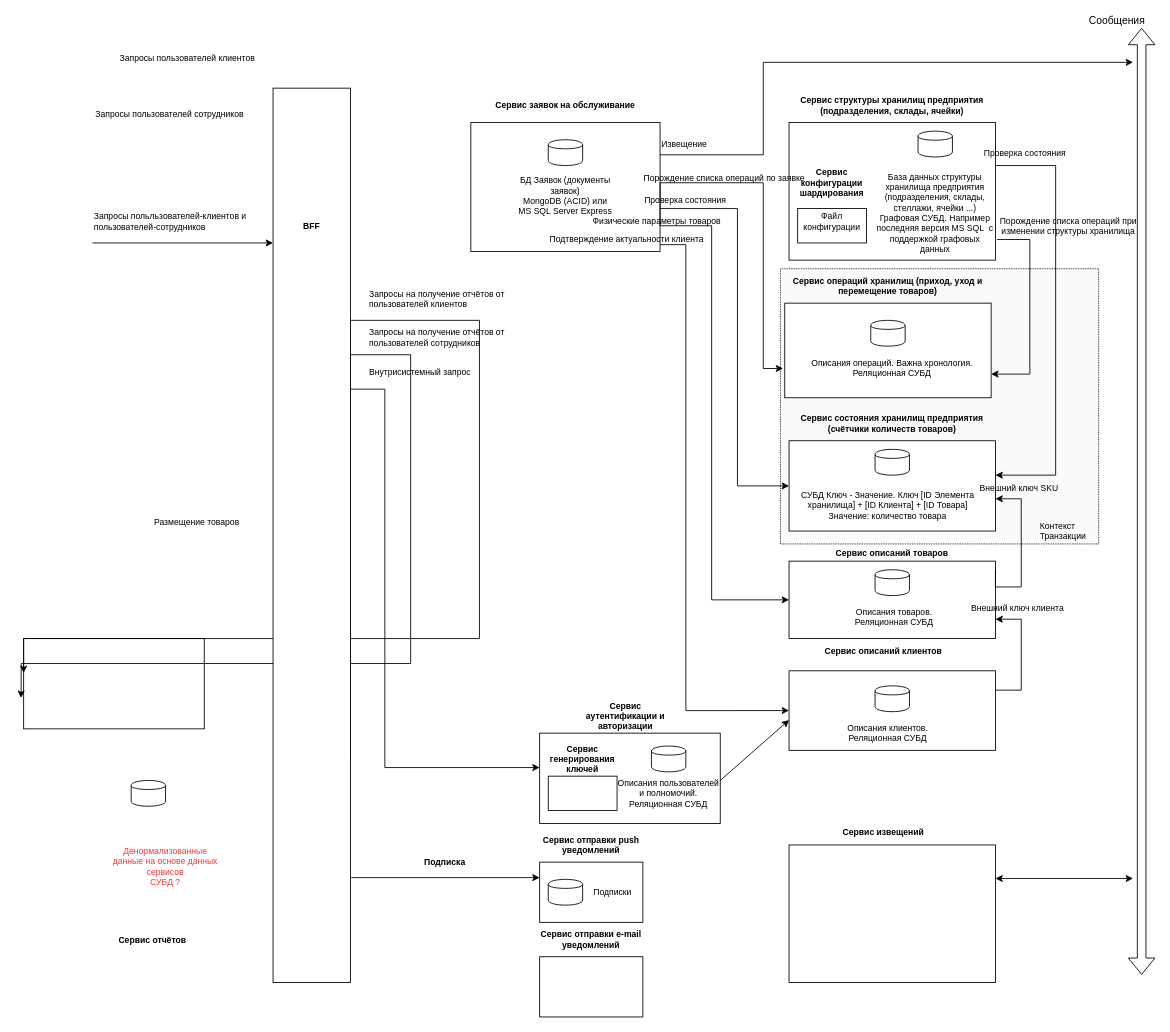
Earlier version of the draw.io diagram apw (21).drawio (Kiselb/Software-Architect-2019-11). Source tidied: cells renumbered, new cells numbered last; positions are measured from the earlier drawing's top-left corner, leaving out a move shared by most shapes. Both pictures are drawn from the tidied source at 86%, with x=0, y=0 at pixel (21, 28).
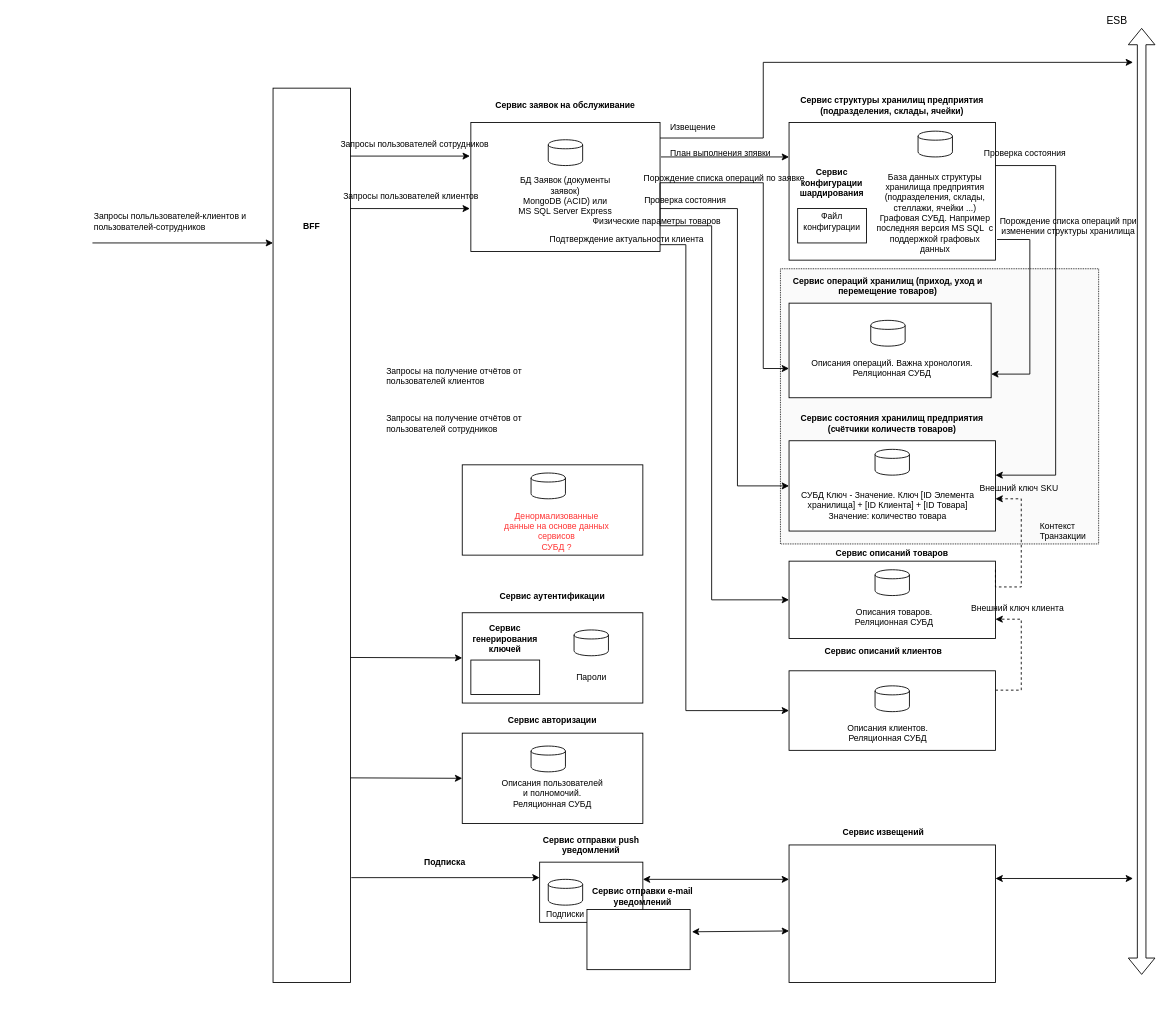
After the change.

Unchanged cells that the change refers to:
```xml
<mxCell id="3" style="rounded=0;whiteSpace=wrap;html=1;fontSize=10;" parent="1" vertex="1">
  <mxGeometry x="893" y="110" width="240" height="160" as="geometry" />
</mxCell>
<mxCell id="5" style="rounded=0;whiteSpace=wrap;html=1;fontSize=10;" parent="1" vertex="1">
  <mxGeometry x="523" y="110" width="220" height="150" as="geometry" />
</mxCell>
<mxCell id="20" style="rounded=0;whiteSpace=wrap;html=1;fontSize=10;" parent="1" vertex="1">
  <mxGeometry x="893" y="620" width="240" height="90" as="geometry" />
</mxCell>
<mxCell id="25" style="rounded=0;whiteSpace=wrap;html=1;fontSize=10;" parent="1" vertex="1">
  <mxGeometry x="893" y="747.5" width="240" height="92.5" as="geometry" />
</mxCell>
<mxCell id="47" style="rounded=0;whiteSpace=wrap;html=1;fontSize=10;" parent="1" vertex="1">
  <mxGeometry x="293" y="70" width="90" height="1040" as="geometry" />
</mxCell>
<mxCell id="71" style="rounded=0;whiteSpace=wrap;html=1;fontSize=10;" parent="1" vertex="1">
  <mxGeometry x="893" y="950" width="240" height="160" as="geometry" />
</mxCell>
<mxCell id="72" style="shape=flexArrow;endArrow=classic;startArrow=classic;html=1;" parent="1" edge="1">
  <mxGeometry relative="1" as="geometry">
    <mxPoint x="1303" y="1101" as="sourcePoint" />
    <mxPoint x="1303" as="targetPoint" />
  </mxGeometry>
</mxCell>
```

Diff of the diagram source:
```diff
@@
+    <mxCell id="87" style="rounded=0;whiteSpace=wrap;html=1;fontSize=10;" parent="1" vertex="1">
+      <mxGeometry x="513" y="680" width="210" height="105" as="geometry" />
+    </mxCell>
@@
-    <mxCell id="4" style="edgeStyle=orthogonalEdgeStyle;rounded=0;jettySize=auto;html=1;exitX=1;exitY=0.25;exitDx=0;exitDy=0;" parent="1" edge="1" source="5">
+    <mxCell id="4" style="edgeStyle=orthogonalEdgeStyle;rounded=0;jettySize=auto;html=1;" parent="1" edge="1" source="5">
       <mxGeometry relative="1" as="geometry">
         <mxPoint x="1293" y="40" as="targetPoint" />
         <Array as="points">
-          <mxPoint x="863" y="148" />
+          <mxPoint x="863" y="128" />
           <mxPoint x="863" y="40" />
         </Array>
       </mxGeometry>
     </mxCell>
@@
-    <mxCell id="24" style="edgeStyle=orthogonalEdgeStyle;rounded=0;jettySize=auto;html=1;entryX=1;entryY=0.75;entryDx=0;entryDy=0;" parent="1" edge="1" source="25" target="20">
+    <mxCell id="24" style="edgeStyle=orthogonalEdgeStyle;rounded=0;jettySize=auto;html=1;entryX=1;entryY=0.75;entryDx=0;entryDy=0;dashed=1;" parent="1" edge="1" source="25" target="20">
       <mxGeometry relative="1" as="geometry">
         <Array as="points">
           <mxPoint x="1163" y="770" />
           <mxPoint x="1163" y="688" />
         </Array>
       </mxGeometry>
     </mxCell>
@@
     <mxCell id="29" style="rounded=0;whiteSpace=wrap;html=1;fontSize=10;" parent="1" vertex="1">
-      <mxGeometry x="3" y="710" width="210" height="105" as="geometry" />
+      <mxGeometry x="513" y="508" width="210" height="105" as="geometry" />
     </mxCell>
-    <mxCell id="30" value="Сервис отчётов" style="text;html=1;strokeColor=none;fillColor=none;align=center;verticalAlign=middle;whiteSpace=wrap;rounded=0;fontSize=10;fontStyle=1;" parent="1" vertex="1">
-      <mxGeometry x="93" y="1050" width="120" height="20" as="geometry" />
-    </mxCell>
     <mxCell id="31" style="shape=cylinder;whiteSpace=wrap;html=1;boundedLbl=1;backgroundOutline=1;" parent="1" vertex="1">
-      <mxGeometry x="128" y="875" width="40" height="30" as="geometry" />
+      <mxGeometry x="593" y="517.5" width="40" height="30" as="geometry" />
     </mxCell>
     <mxCell id="32" value="&lt;font color=&quot;#ff3333&quot;&gt;Денормализованные данные на основе данных сервисов&lt;br&gt;СУБД ?&lt;/font&gt;" style="text;html=1;strokeColor=none;fillColor=none;align=center;verticalAlign=middle;whiteSpace=wrap;rounded=0;fontSize=10;" parent="1" vertex="1">
-      <mxGeometry x="103" y="960" width="130" height="30" as="geometry" />
+      <mxGeometry x="558" y="570" width="130" height="30" as="geometry" />
     </mxCell>
     <mxCell id="33" style="rounded=0;whiteSpace=wrap;html=1;fontSize=10;" parent="1" vertex="1">
-      <mxGeometry x="603" y="820" width="210" height="105" as="geometry" />
+      <mxGeometry x="513" y="820" width="210" height="105" as="geometry" />
     </mxCell>
-    <mxCell id="34" value="Сервис аутентификации и авторизации" style="text;html=1;strokeColor=none;fillColor=none;align=center;verticalAlign=middle;whiteSpace=wrap;rounded=0;fontSize=10;fontStyle=1;" parent="1" vertex="1">
-      <mxGeometry x="643" y="790" width="120" height="20" as="geometry" />
+    <mxCell id="34" value="Сервис авторизации" style="text;html=1;strokeColor=none;fillColor=none;align=center;verticalAlign=middle;whiteSpace=wrap;rounded=0;fontSize=10;fontStyle=1;" parent="1" vertex="1">
+      <mxGeometry x="513" y="795" width="210" height="20" as="geometry" />
     </mxCell>
     <mxCell id="35" style="rounded=0;whiteSpace=wrap;html=1;fontSize=10;" parent="1" vertex="1">
-      <mxGeometry x="613" y="870" width="80" height="40" as="geometry" />
+      <mxGeometry x="523" y="735" width="80" height="40" as="geometry" />
     </mxCell>
     <mxCell id="36" value="Сервис генерирования ключей" style="text;html=1;strokeColor=none;fillColor=none;align=center;verticalAlign=middle;whiteSpace=wrap;rounded=0;fontSize=10;fontStyle=1;" parent="1" vertex="1">
-      <mxGeometry x="613" y="840" width="80" height="20" as="geometry" />
+      <mxGeometry x="523" y="700" width="80" height="20" as="geometry" />
     </mxCell>
     <mxCell id="37" style="shape=cylinder;whiteSpace=wrap;html=1;boundedLbl=1;backgroundOutline=1;" parent="1" vertex="1">
-      <mxGeometry x="733" y="835" width="40" height="30" as="geometry" />
+      <mxGeometry x="593" y="835" width="40" height="30" as="geometry" />
     </mxCell>
     <mxCell id="38" value="Описания пользователей и полномочий.&lt;br&gt;Реляционная СУБД" style="text;html=1;strokeColor=none;fillColor=none;align=center;verticalAlign=middle;whiteSpace=wrap;rounded=0;fontSize=10;" parent="1" vertex="1">
-      <mxGeometry x="693" y="875" width="120" height="30" as="geometry" />
+      <mxGeometry x="558" y="875" width="120" height="30" as="geometry" />
     </mxCell>
     <mxCell id="39" style="rounded=0;whiteSpace=wrap;html=1;fontSize=10;" parent="1" vertex="1">
-      <mxGeometry x="888" y="320" width="240" height="110" as="geometry" />
+      <mxGeometry x="893" y="320" width="235" height="110" as="geometry" />
     </mxCell>
@@
-    <mxCell id="44" style="edgeStyle=orthogonalEdgeStyle;rounded=0;jettySize=auto;html=1;exitX=1;exitY=0.75;exitDx=0;exitDy=0;fontSize=10;entryX=0;entryY=0.381;entryDx=0;entryDy=0;entryPerimeter=0;" parent="1" edge="1" source="47" target="33">
-      <mxGeometry relative="1" as="geometry">
-        <Array as="points">
-          <mxPoint x="383" y="420" />
-          <mxPoint x="423" y="420" />
-          <mxPoint x="423" y="860" />
-        </Array>
-      </mxGeometry>
-    </mxCell>
-    <mxCell id="45" style="edgeStyle=orthogonalEdgeStyle;rounded=0;jettySize=auto;html=1;exitX=1;exitY=0.75;exitDx=0;exitDy=0;fontSize=10;entryX=-0.014;entryY=0.657;entryDx=0;entryDy=0;entryPerimeter=0;" parent="1" edge="1" source="47" target="29">
-      <mxGeometry relative="1" as="geometry">
-        <Array as="points">
-          <mxPoint x="383" y="380" />
-          <mxPoint x="453" y="380" />
-          <mxPoint x="453" y="739" />
-          <mxPoint y="739" />
-        </Array>
-      </mxGeometry>
-    </mxCell>
-    <mxCell id="46" style="edgeStyle=orthogonalEdgeStyle;rounded=0;jettySize=auto;html=1;exitX=1;exitY=0.75;exitDx=0;exitDy=0;fontSize=10;entryX=0;entryY=0.381;entryDx=0;entryDy=0;entryPerimeter=0;" parent="1" edge="1" source="47" target="29">
-      <mxGeometry relative="1" as="geometry">
-        <Array as="points">
-          <mxPoint x="533" y="340" />
-          <mxPoint x="533" y="710" />
-        </Array>
-      </mxGeometry>
-    </mxCell>
@@
     <mxCell id="48" value="Запросы пользователей клиентов" style="text;html=1;strokeColor=none;fillColor=none;align=left;verticalAlign=middle;whiteSpace=wrap;rounded=0;fontSize=10;" parent="1" vertex="1">
-      <mxGeometry x="113" y="20" width="230" height="30" as="geometry" />
+      <mxGeometry x="373" y="180" width="230" height="30" as="geometry" />
     </mxCell>
@@
     <mxCell id="50" value="&lt;span style=&quot;&quot;&gt;Запросы на получение отчётов от пользователей клиентов&lt;/span&gt;" style="text;html=1;strokeColor=none;fillColor=none;align=left;verticalAlign=middle;whiteSpace=wrap;rounded=0;fontSize=10;" parent="1" vertex="1">
-      <mxGeometry x="403" y="300" width="210" height="30" as="geometry" />
+      <mxGeometry x="423" y="390" width="210" height="30" as="geometry" />
     </mxCell>
     <mxCell id="51" value="&lt;span style=&quot;&quot;&gt;Запросы на получение отчётов от пользователей сотрудников&lt;/span&gt;" style="text;html=1;strokeColor=none;fillColor=none;align=left;verticalAlign=middle;whiteSpace=wrap;rounded=0;fontSize=10;" parent="1" vertex="1">
-      <mxGeometry x="403" y="345" width="190" height="30" as="geometry" />
+      <mxGeometry x="423" y="445" width="190" height="30" as="geometry" />
     </mxCell>
@@
-    <mxCell id="55" style="endArrow=classic;html=1;fontSize=10;entryX=0;entryY=0.619;entryDx=0;entryDy=0;entryPerimeter=0;" parent="1" edge="1" target="25">
-      <mxGeometry relative="1" as="geometry">
-        <mxPoint x="813" y="875" as="sourcePoint" />
-      </mxGeometry>
-    </mxCell>
@@
-    <mxCell id="59" value="&lt;span&gt;Внутрисистемный запрос&lt;/span&gt;" style="text;html=1;strokeColor=none;fillColor=none;align=left;verticalAlign=middle;whiteSpace=wrap;rounded=0;fontSize=10;" parent="1" vertex="1">
-      <mxGeometry x="403" y="385" width="190" height="30" as="geometry" />
-    </mxCell>
@@
-    <mxCell id="62" value="Размещение товаров" style="text;html=1;strokeColor=none;fillColor=none;align=left;verticalAlign=middle;whiteSpace=wrap;rounded=0;fontSize=10;" parent="1" vertex="1">
-      <mxGeometry x="153" y="560" width="190" height="30" as="geometry" />
-    </mxCell>
@@
     <mxCell id="65" style="rounded=0;whiteSpace=wrap;html=1;fontSize=10;fontStyle=1;" parent="1" vertex="1">
-      <mxGeometry x="603" y="1080" width="120" height="70" as="geometry" />
+      <mxGeometry x="658" y="1025" width="120" height="70" as="geometry" />
     </mxCell>
     <mxCell id="66" value="Сервис отправки e-mail уведомлений" style="text;html=1;strokeColor=none;fillColor=none;align=center;verticalAlign=middle;whiteSpace=wrap;rounded=0;fontSize=10;fontStyle=1;" parent="1" vertex="1">
-      <mxGeometry x="603" y="1050" width="120" height="20" as="geometry" />
+      <mxGeometry x="663" y="1000" width="120" height="20" as="geometry" />
     </mxCell>
@@
     <mxCell id="70" value="Подписки" style="text;html=1;strokeColor=none;fillColor=none;align=center;verticalAlign=middle;whiteSpace=wrap;rounded=0;fontSize=10;" parent="1" vertex="1">
-      <mxGeometry x="663" y="990" width="50" height="30" as="geometry" />
+      <mxGeometry x="608" y="1015" width="50" height="30" as="geometry" />
     </mxCell>
@@
-    <mxCell id="73" value="Сообщения" style="text;html=1;align=center;verticalAlign=middle;labelBackgroundColor=#ffffff;" parent="72" vertex="1">
+    <mxCell id="73" value="ESB" style="text;html=1;align=center;verticalAlign=middle;labelBackgroundColor=#ffffff;" parent="72" vertex="1">
       <mxGeometry x="0.83" y="5" relative="1" as="geometry">
         <mxPoint x="-25" y="-103" as="offset" />
       </mxGeometry>
     </mxCell>
@@
     <mxCell id="76" value="&lt;span style=&quot;text-align: left&quot;&gt;Запросы пользователей сотрудников&lt;/span&gt;" style="text;html=1;strokeColor=none;fillColor=none;align=center;verticalAlign=middle;whiteSpace=wrap;rounded=0;fontSize=10;" parent="1" vertex="1">
-      <mxGeometry x="78" y="85" width="190" height="30" as="geometry" />
+      <mxGeometry x="363" y="120" width="190" height="30" as="geometry" />
     </mxCell>
@@
-    <mxCell id="78" style="edgeStyle=orthogonalEdgeStyle;rounded=0;jettySize=auto;html=1;fontSize=10;entryX=-0.008;entryY=0.691;entryDx=0;entryDy=0;entryPerimeter=0;" parent="1" edge="1" target="39">
+    <mxCell id="78" style="edgeStyle=orthogonalEdgeStyle;rounded=0;jettySize=auto;html=1;fontSize=10;" parent="1" edge="1" target="39">
       <mxGeometry relative="1" as="geometry">
         <mxPoint x="743" y="180" as="sourcePoint" />
         <Array as="points">
           <mxPoint x="863" y="180" />
           <mxPoint x="863" y="396" />
         </Array>
       </mxGeometry>
     </mxCell>
@@
-    <mxCell id="82" style="edgeStyle=orthogonalEdgeStyle;rounded=0;orthogonalLoop=1;jettySize=auto;html=1;entryX=1;entryY=0.75;entryDx=0;entryDy=0;" parent="1" edge="1">
+    <mxCell id="82" style="edgeStyle=orthogonalEdgeStyle;rounded=0;orthogonalLoop=1;jettySize=auto;html=1;entryX=1;entryY=0.75;entryDx=0;entryDy=0;dashed=1;" parent="1" edge="1">
       <mxGeometry relative="1" as="geometry">
         <mxPoint x="1133" y="630" as="sourcePoint" />
         <mxPoint x="1133" y="547.5" as="targetPoint" />
         <Array as="points">
           <mxPoint x="1133" y="650" />
           <mxPoint x="1163" y="650" />
           <mxPoint x="1163" y="548" />
         </Array>
       </mxGeometry>
     </mxCell>
@@
     <mxCell id="86" value="Извещение" style="text;html=1;strokeColor=none;fillColor=none;align=left;verticalAlign=middle;whiteSpace=wrap;rounded=0;fontSize=10;" parent="1" vertex="1">
-      <mxGeometry x="743" y="120" width="190" height="30" as="geometry" />
+      <mxGeometry x="753" y="100" width="190" height="30" as="geometry" />
     </mxCell>
+    <mxCell id="88" style="endArrow=classic;startArrow=classic;html=1;entryX=0;entryY=0.25;entryDx=0;entryDy=0;" parent="1" edge="1" target="71">
+      <mxGeometry relative="1" as="geometry">
+        <mxPoint x="723" y="990" as="sourcePoint" />
+      </mxGeometry>
+    </mxCell>
+    <mxCell id="89" style="endArrow=classic;startArrow=classic;html=1;exitX=1.017;exitY=0.371;exitDx=0;exitDy=0;exitPerimeter=0;" parent="1" edge="1" source="65">
+      <mxGeometry relative="1" as="geometry">
+        <mxPoint x="893" y="1050" as="targetPoint" />
+      </mxGeometry>
+    </mxCell>
+    <mxCell id="90" value="Сервис аутентификации" style="text;html=1;strokeColor=none;fillColor=none;align=center;verticalAlign=middle;whiteSpace=wrap;rounded=0;fontSize=10;fontStyle=1;" parent="1" vertex="1">
+      <mxGeometry x="513" y="650" width="210" height="20" as="geometry" />
+    </mxCell>
+    <mxCell id="91" style="shape=cylinder;whiteSpace=wrap;html=1;boundedLbl=1;backgroundOutline=1;" parent="1" vertex="1">
+      <mxGeometry x="643" y="700" width="40" height="30" as="geometry" />
+    </mxCell>
+    <mxCell id="92" value="Пароли" style="text;html=1;strokeColor=none;fillColor=none;align=center;verticalAlign=middle;whiteSpace=wrap;rounded=0;fontSize=10;" parent="1" vertex="1">
+      <mxGeometry x="620.5" y="740" width="85" height="30" as="geometry" />
+    </mxCell>
+    <mxCell id="93" style="endArrow=classic;html=1;entryX=0;entryY=0.5;entryDx=0;entryDy=0;" parent="1" edge="1" target="87">
+      <mxGeometry relative="1" as="geometry">
+        <mxPoint x="383" y="732" as="sourcePoint" />
+      </mxGeometry>
+    </mxCell>
+    <mxCell id="94" style="endArrow=classic;html=1;entryX=0;entryY=0.5;entryDx=0;entryDy=0;" parent="1" edge="1">
+      <mxGeometry relative="1" as="geometry">
+        <mxPoint x="383" y="872" as="sourcePoint" />
+        <mxPoint x="513" y="872.5" as="targetPoint" />
+      </mxGeometry>
+    </mxCell>
+    <mxCell id="95" style="endArrow=classic;html=1;entryX=-0.005;entryY=0.667;entryDx=0;entryDy=0;entryPerimeter=0;" parent="1" edge="1" target="5">
+      <mxGeometry relative="1" as="geometry">
+        <mxPoint x="383" y="210" as="sourcePoint" />
+      </mxGeometry>
+    </mxCell>
+    <mxCell id="96" style="endArrow=classic;html=1;entryX=-0.005;entryY=0.667;entryDx=0;entryDy=0;entryPerimeter=0;" parent="1" edge="1">
+      <mxGeometry relative="1" as="geometry">
+        <mxPoint x="383" y="149" as="sourcePoint" />
+        <mxPoint x="521.9" y="149" as="targetPoint" />
+      </mxGeometry>
+    </mxCell>
+    <mxCell id="97" style="endArrow=classic;html=1;entryX=0;entryY=0.25;entryDx=0;entryDy=0;" parent="1" edge="1" target="3">
+      <mxGeometry relative="1" as="geometry">
+        <mxPoint x="744.1" y="150" as="sourcePoint" />
+      </mxGeometry>
+    </mxCell>
+    <mxCell id="98" value="План выполнения зпявки" style="text;html=1;strokeColor=none;fillColor=none;align=left;verticalAlign=middle;whiteSpace=wrap;rounded=0;fontSize=10;" parent="1" vertex="1">
+      <mxGeometry x="753" y="130" width="190" height="30" as="geometry" />
+    </mxCell>
```
